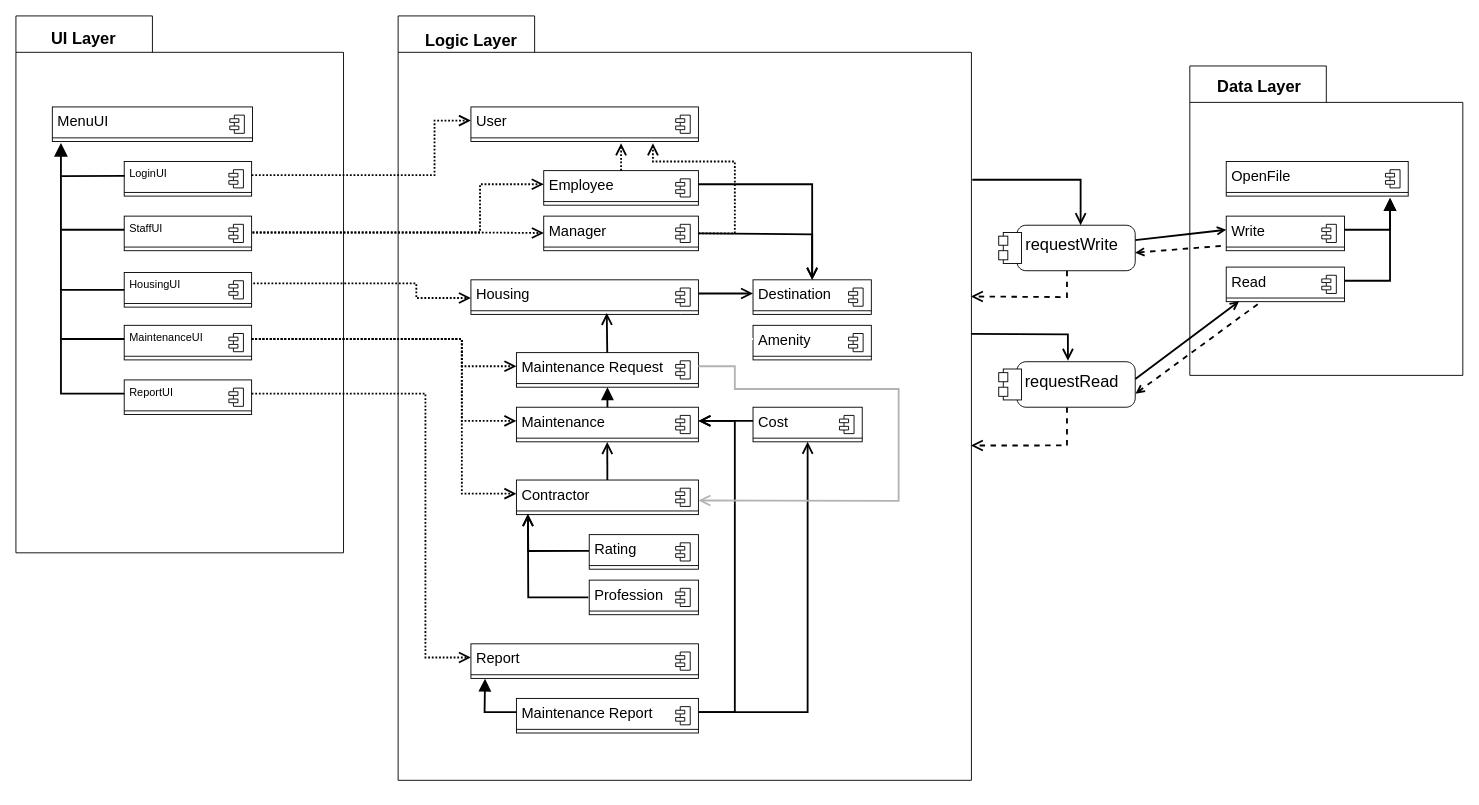
Above: design/rit/3-tier design Class Diagram.drawio in Sesslja/Verklegtnamskeid-1 (draw.io), before the change. Source tidied: cells renumbered, new cells numbered last; positions are measured from the earlier drawing's top-left corner, leaving out a move shared by most shapes. Both pictures are drawn from the tidied source at 91%, with x=0, y=0 at pixel (15, 15).
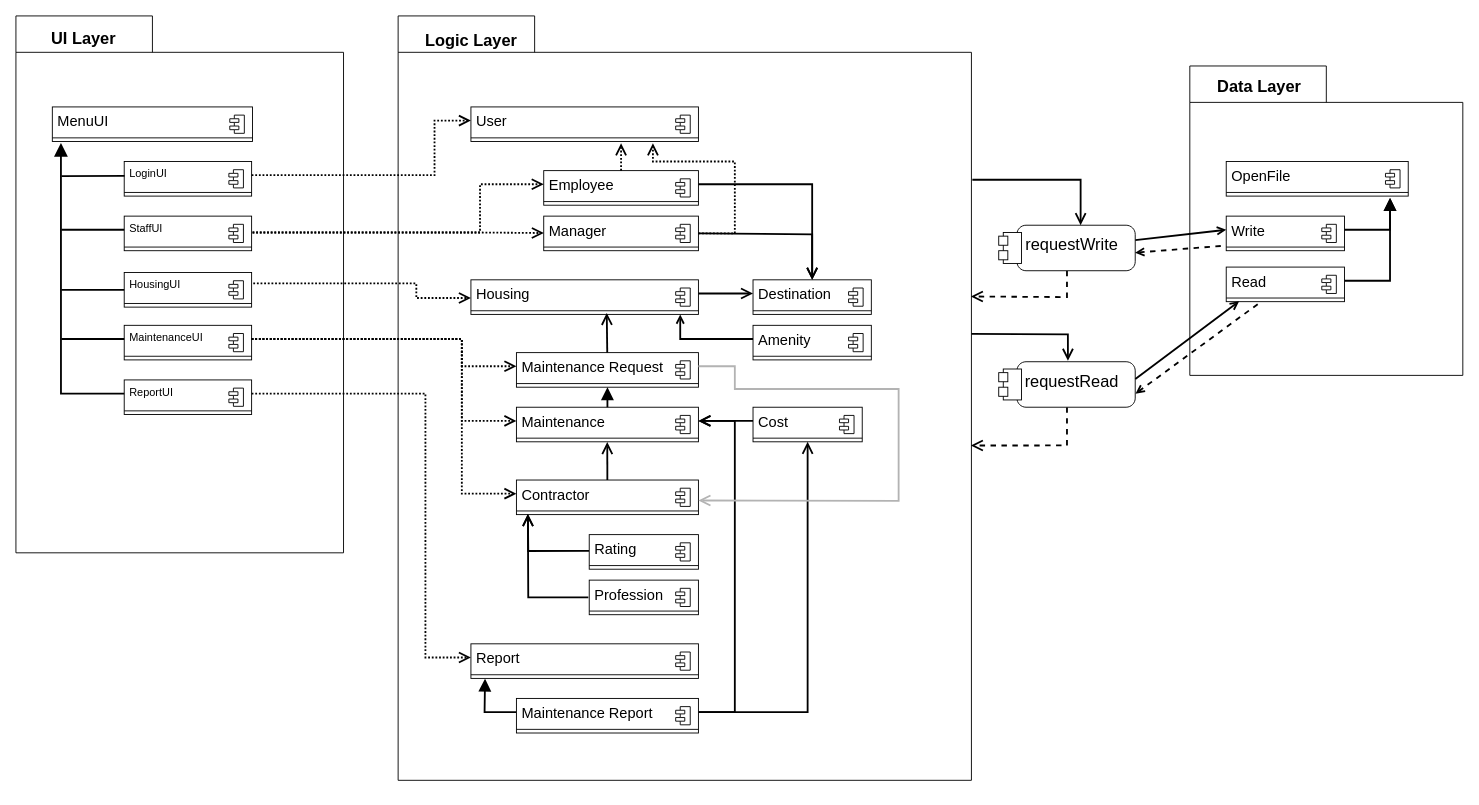
The same diagram, later.

Unchanged cells that the change refers to:
```xml
<mxCell id="30" style="group;" parent="1" vertex="1">
  <mxGeometry x="420" width="630" height="850" as="geometry" />
</mxCell>
<mxCell id="85" value="&lt;span style=&quot;font-size: 16px&quot;&gt;Amenity&lt;/span&gt;" style="html=1;align=left;spacingLeft=4;verticalAlign=top;strokeColor=none;fillColor=none;" parent="84" vertex="1">
  <mxGeometry width="130" height="30" as="geometry" />
</mxCell>
```

What changed in the source:
```diff
@@
-    <mxCell id="88" style="edgeStyle=none;rounded=0;sketch=0;html=1;shadow=0;fontSize=18;startArrow=none;startFill=0;endArrow=open;endFill=0;strokeColor=#FFFFFF;strokeWidth=2;" parent="30" edge="1" source="85">
+    <mxCell id="88" style="edgeStyle=none;rounded=0;sketch=0;html=1;shadow=0;fontSize=18;startArrow=none;startFill=0;endArrow=open;endFill=0;strokeWidth=2;" parent="30" edge="1" source="85">
       <mxGeometry relative="1" as="geometry">
         <mxPoint x="310" y="328" as="targetPoint" />
         <Array as="points">
           <mxPoint x="310" y="355" />
         </Array>
       </mxGeometry>
     </mxCell>
```
